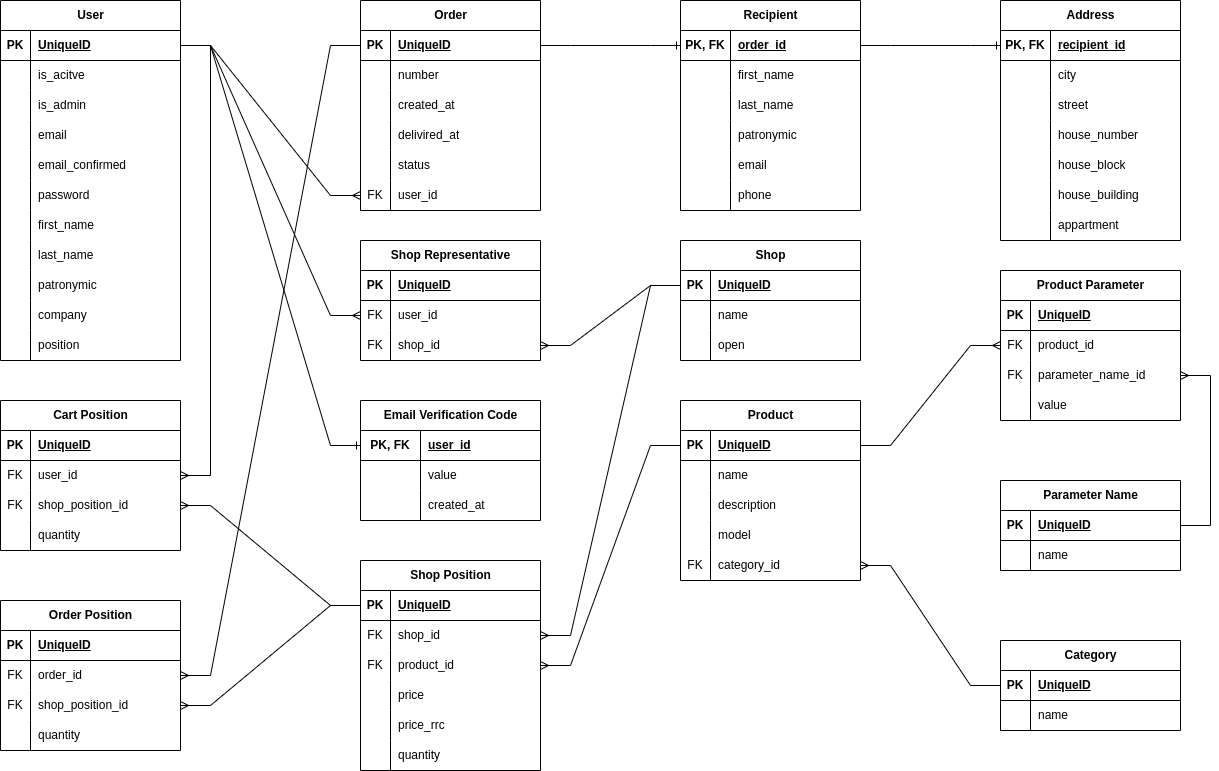
This is db_scheme.drawio.png from dmi-smirnov/netology_pd73_diploma, a draw.io export, as it was before one commit. Source tidied: cells renumbered, new cells last; positions are measured from the earlier drawing's top-left corner, leaving out a move shared by most shapes.
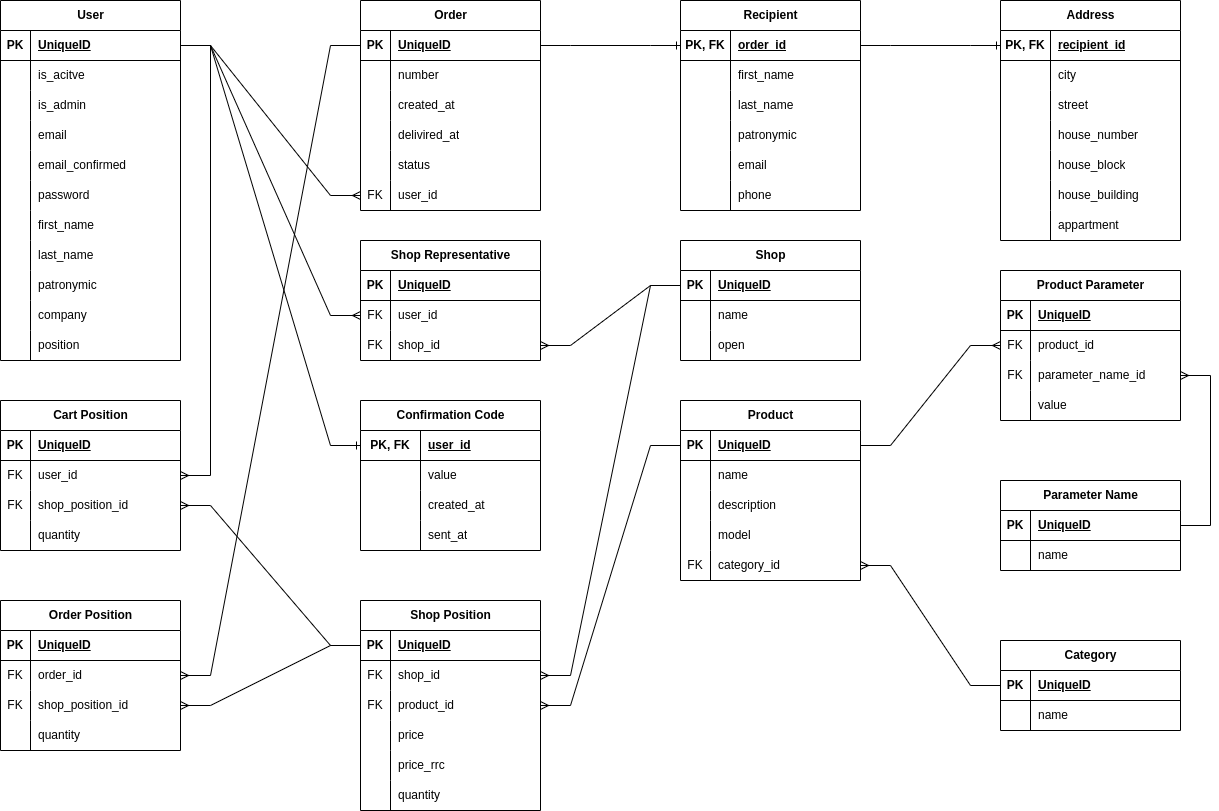
After the change.

The edit, as a diff of the source:
```diff
@@ -468,7 +468,7 @@
       <mxGeometry x="30" width="150" height="30" as="geometry" />
     </mxCell>
     <mxCell id="157" value="Shop Position" style="shape=table;startSize=30;rowLines=0;fontStyle=1;align=center;html=1;" parent="1" vertex="1">
-      <mxGeometry x="360" y="560" width="180" height="210" as="geometry" />
+      <mxGeometry x="360" y="600" width="180" height="210" as="geometry" />
     </mxCell>
     <mxCell id="158" style="shape=tableRow;horizontal=0;startSize=0;swimlaneHead=0;swimlaneBody=0;fillColor=none;points=[[0,0.5],[1,0.5]];portConstraint=eastwest;top=0;left=0;right=0;bottom=1;" parent="157" vertex="1">
       <mxGeometry y="30" width="180" height="30" as="geometry" />
@@ -650,8 +650,8 @@
     <mxCell id="217" style="edgeStyle=entityRelationEdgeStyle;fontSize=12;html=1;endArrow=ERone;endFill=1;rounded=0;entryX=0;entryY=0.5;entryDx=0;entryDy=0;exitX=1;exitY=0.5;exitDx=0;exitDy=0;" parent="1" edge="1" source="57" target="76">
       <mxGeometry relative="1" as="geometry" />
     </mxCell>
-    <mxCell id="218" value="Email Verification Code" style="shape=table;startSize=30;rowLines=0;fontStyle=1;align=center;html=1;" parent="1" vertex="1">
-      <mxGeometry x="360" y="400" width="180" height="120" as="geometry" />
+    <mxCell id="218" value="Confirmation Code" style="shape=table;startSize=30;rowLines=0;fontStyle=1;align=center;html=1;" parent="1" vertex="1">
+      <mxGeometry x="360" y="400" width="180" height="150" as="geometry" />
     </mxCell>
     <mxCell id="219" style="shape=tableRow;horizontal=0;startSize=0;swimlaneHead=0;swimlaneBody=0;fillColor=none;points=[[0,0.5],[1,0.5]];portConstraint=eastwest;top=0;left=0;right=0;bottom=1;" parent="218" vertex="1">
       <mxGeometry y="30" width="180" height="30" as="geometry" />
@@ -680,6 +680,15 @@
     <mxCell id="227" value="created_at" style="shape=partialRectangle;fillColor=none;top=0;left=0;bottom=0;right=0;align=left;spacingLeft=6;overflow=hidden;whiteSpace=wrap;html=1;" parent="225" vertex="1">
       <mxGeometry x="60" width="120" height="30" as="geometry" />
     </mxCell>
+    <mxCell id="229" style="shape=tableRow;horizontal=0;startSize=0;swimlaneHead=0;swimlaneBody=0;fillColor=none;top=0;left=0;right=0;bottom=0;" parent="218" vertex="1">
+      <mxGeometry y="120" width="180" height="30" as="geometry" />
+    </mxCell>
+    <mxCell id="230" style="shape=partialRectangle;fillColor=none;top=0;left=0;bottom=0;right=0;overflow=hidden;whiteSpace=wrap;html=1;" parent="229" vertex="1">
+      <mxGeometry width="60" height="30" as="geometry" />
+    </mxCell>
+    <mxCell id="231" value="sent_at" style="shape=partialRectangle;fillColor=none;top=0;left=0;bottom=0;right=0;align=left;spacingLeft=6;overflow=hidden;whiteSpace=wrap;html=1;" parent="229" vertex="1">
+      <mxGeometry x="60" width="120" height="30" as="geometry" />
+    </mxCell>
     <mxCell id="228" style="edgeStyle=entityRelationEdgeStyle;fontSize=12;html=1;endArrow=ERone;endFill=1;rounded=0;entryX=0;entryY=0.5;entryDx=0;entryDy=0;exitX=1;exitY=0.5;exitDx=0;exitDy=0;" parent="1" edge="1" source="3" target="219">
       <mxGeometry relative="1" as="geometry" />
     </mxCell>
```
